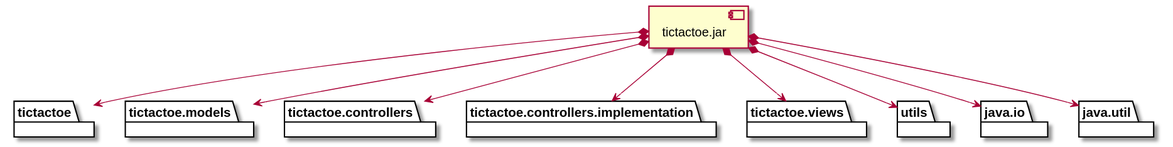
Earlier version of the PlantUML export docs/build/docs/asciidoc/images/diagramaImplementacion.svg (x-USantaTecla-game-ticTacToe/java).
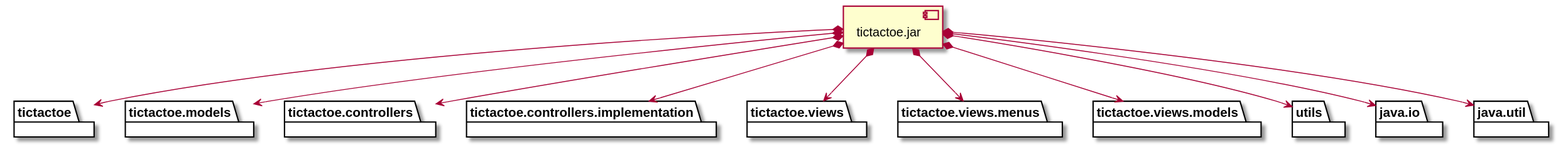
Later version of the same file.

The edit, as a diff of the source:
```diff
@@ -9,6 +9,10 @@
 package "  "  as tictactoe.controllers.implementation {
 }
 package "  "  as tictactoe.views {
+}
+package "  "  as tictactoe.views.menus {
+}
+package "  "  as tictactoe.views.models {
 }
 package "  "  as utils {
 }
@@ -24,6 +28,8 @@
 jar *--> tictactoe.controllers
 jar *--> tictactoe.controllers.implementation
 jar *--> tictactoe.views
+jar *--> tictactoe.views.menus
+jar *--> tictactoe.views.models
 jar *--> utils
 jar *--> java.io
 jar *--> java.util
```
